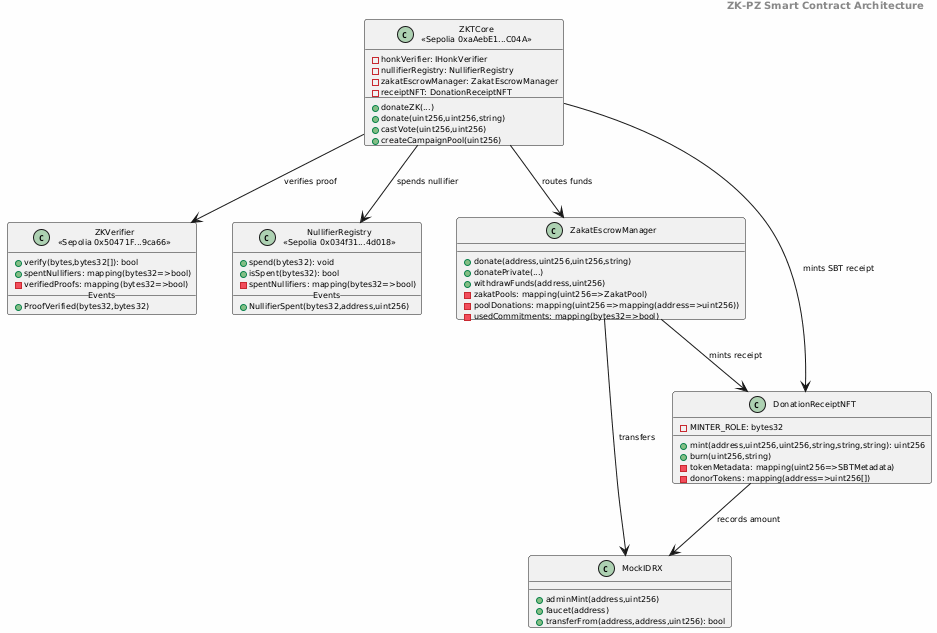
Earlier version of the PlantUML export class_diagram.png (tawf-labs/zkt-research). Source of this version:
```plantuml
@startuml
skinparam backgroundColor #FEFEFE
skinparam shadowing false
skinparam defaultFontName Arial
skinparam defaultFontSize 8
skinparam classPadding 2

header <b>ZK-PZ Smart Contract Architecture</b>

class "ZKTCore\n<<Sepolia 0xaAebE1...C04A>>" as ZKTCore {
  + donateZK(...)
  + donate(uint256,uint256,string)
  + castVote(uint256,uint256)
  + createCampaignPool(uint256)
  - honkVerifier: IHonkVerifier
  - nullifierRegistry: NullifierRegistry
  - zakatEscrowManager: ZakatEscrowManager
  - receiptNFT: DonationReceiptNFT
}

class "ZKVerifier\n<<Sepolia 0x50471F...9ca66>>" as ZKVerifier {
  + verify(bytes,bytes32[]): bool
  + spentNullifiers: mapping(bytes32=>bool)
  - verifiedProofs: mapping(bytes32=>bool)
  __Events__
  + ProofVerified(bytes32,bytes32)
}

class "NullifierRegistry\n<<Sepolia 0x034f31...4d018>>" as NullifierRegistry {
  + spend(bytes32): void
  + isSpent(bytes32): bool
  - spentNullifiers: mapping(bytes32=>bool)
  __Events__
  + NullifierSpent(bytes32,address,uint256)
}

class ZakatEscrowManager {
  + donate(address,uint256,uint256,string)
  + donatePrivate(...)
  + withdrawFunds(address,uint256)
  - zakatPools: mapping(uint256=>ZakatPool)
  - poolDonations: mapping(uint256=>mapping(address=>uint256))
  - usedCommitments: mapping(bytes32=>bool)
}

class DonationReceiptNFT {
  + mint(address,uint256,uint256,string,string,string): uint256
  + burn(uint256,string)
  - tokenMetadata: mapping(uint256=>SBTMetadata)
  - donorTokens: mapping(address=>uint256[])
  - MINTER_ROLE: bytes32
}

class MockIDRX {
  + adminMint(address,uint256)
  + faucet(address)
  + transferFrom(address,address,uint256): bool
}

ZKTCore --> ZKVerifier : verifies proof
ZKTCore --> NullifierRegistry : spends nullifier
ZKTCore --> ZakatEscrowManager : routes funds
ZKTCore --> DonationReceiptNFT : mints SBT receipt
ZakatEscrowManager --> MockIDRX : transfers
ZakatEscrowManager --> DonationReceiptNFT : mints receipt
DonationReceiptNFT --> MockIDRX : records amount

@enduml
```
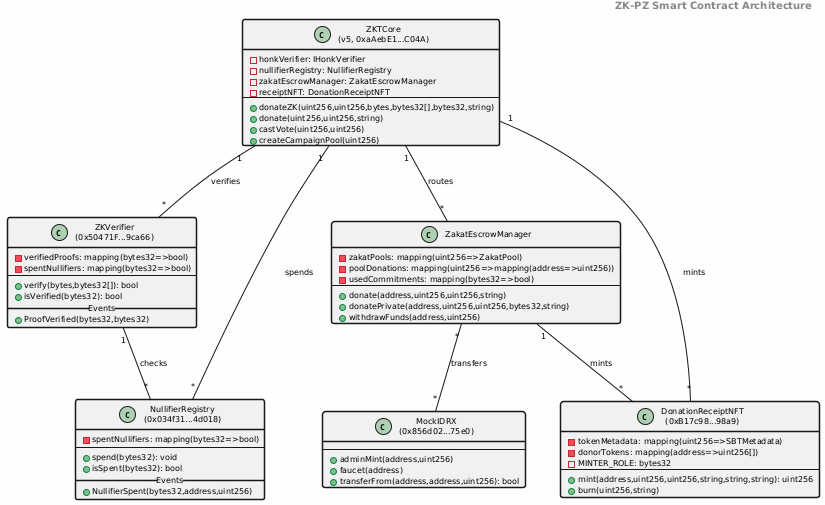
Above is the later version.

The edit, as a diff of the source:
```diff
@@ -1,68 +1,75 @@
 @startuml
 skinparam backgroundColor #FEFEFE
 skinparam shadowing false
-skinparam defaultFontName Arial
+skinparam defaultFontName Times-Roman
 skinparam defaultFontSize 8
-skinparam classPadding 2
+skinparam classBorderThickness 1.5
 
 header <b>ZK-PZ Smart Contract Architecture</b>
 
-class "ZKTCore\n<<Sepolia 0xaAebE1...C04A>>" as ZKTCore {
-  + donateZK(...)
-  + donate(uint256,uint256,string)
-  + castVote(uint256,uint256)
-  + createCampaignPool(uint256)
+class "ZKTCore\n(v5, 0xaAebE1...C04A)" as ZKTCore {
   - honkVerifier: IHonkVerifier
   - nullifierRegistry: NullifierRegistry
   - zakatEscrowManager: ZakatEscrowManager
   - receiptNFT: DonationReceiptNFT
+  --
+  + donateZK(uint256,uint256,bytes,bytes32[],bytes32,string)
+  + donate(uint256,uint256,string)
+  + castVote(uint256,uint256)
+  + createCampaignPool(uint256)
 }
 
-class "ZKVerifier\n<<Sepolia 0x50471F...9ca66>>" as ZKVerifier {
+class "ZKVerifier\n(0x50471F...9ca66)" as ZKVerifier {
+  - verifiedProofs: mapping(bytes32=>bool)
+  - spentNullifiers: mapping(bytes32=>bool)
+  --
   + verify(bytes,bytes32[]): bool
-  + spentNullifiers: mapping(bytes32=>bool)
-  - verifiedProofs: mapping(bytes32=>bool)
+  + isVerified(bytes32): bool
   __Events__
   + ProofVerified(bytes32,bytes32)
 }
 
-class "NullifierRegistry\n<<Sepolia 0x034f31...4d018>>" as NullifierRegistry {
+class "NullifierRegistry\n(0x034f31...4d018)" as NullifierRegistry {
+  - spentNullifiers: mapping(bytes32=>bool)
+  --
   + spend(bytes32): void
   + isSpent(bytes32): bool
-  - spentNullifiers: mapping(bytes32=>bool)
   __Events__
   + NullifierSpent(bytes32,address,uint256)
 }
 
 class ZakatEscrowManager {
-  + donate(address,uint256,uint256,string)
-  + donatePrivate(...)
-  + withdrawFunds(address,uint256)
   - zakatPools: mapping(uint256=>ZakatPool)
   - poolDonations: mapping(uint256=>mapping(address=>uint256))
   - usedCommitments: mapping(bytes32=>bool)
+  --
+  + donate(address,uint256,uint256,string)
+  + donatePrivate(address,uint256,uint256,bytes32,string)
+  + withdrawFunds(address,uint256)
 }
 
-class DonationReceiptNFT {
-  + mint(address,uint256,uint256,string,string,string): uint256
-  + burn(uint256,string)
+class "DonationReceiptNFT\n(0xB17c98...98a9)" as DonationReceiptNFT {
   - tokenMetadata: mapping(uint256=>SBTMetadata)
   - donorTokens: mapping(address=>uint256[])
   - MINTER_ROLE: bytes32
+  --
+  + mint(address,uint256,uint256,string,string,string): uint256
+  + burn(uint256,string)
 }
 
-class MockIDRX {
+class "MockIDRX\n(0x856d02...75e0)" as MockIDRX {
+  --
   + adminMint(address,uint256)
   + faucet(address)
   + transferFrom(address,address,uint256): bool
 }
 
-ZKTCore --> ZKVerifier : verifies proof
-ZKTCore --> NullifierRegistry : spends nullifier
-ZKTCore --> ZakatEscrowManager : routes funds
-ZKTCore --> DonationReceiptNFT : mints SBT receipt
-ZakatEscrowManager --> MockIDRX : transfers
-ZakatEscrowManager --> DonationReceiptNFT : mints receipt
-DonationReceiptNFT --> MockIDRX : records amount
+ZKTCore "1" -- "*" ZKVerifier : verifies
+ZKTCore "1" -- "*" NullifierRegistry : spends
+ZKTCore "1" -- "*" ZakatEscrowManager : routes
+ZKTCore "1" -- "*" DonationReceiptNFT : mints
+ZakatEscrowManager "*" -- "*" MockIDRX : transfers
+ZakatEscrowManager "1" -- "*" DonationReceiptNFT : mints
+ZKVerifier "1" -- "*" NullifierRegistry : checks
 
 @enduml
```
